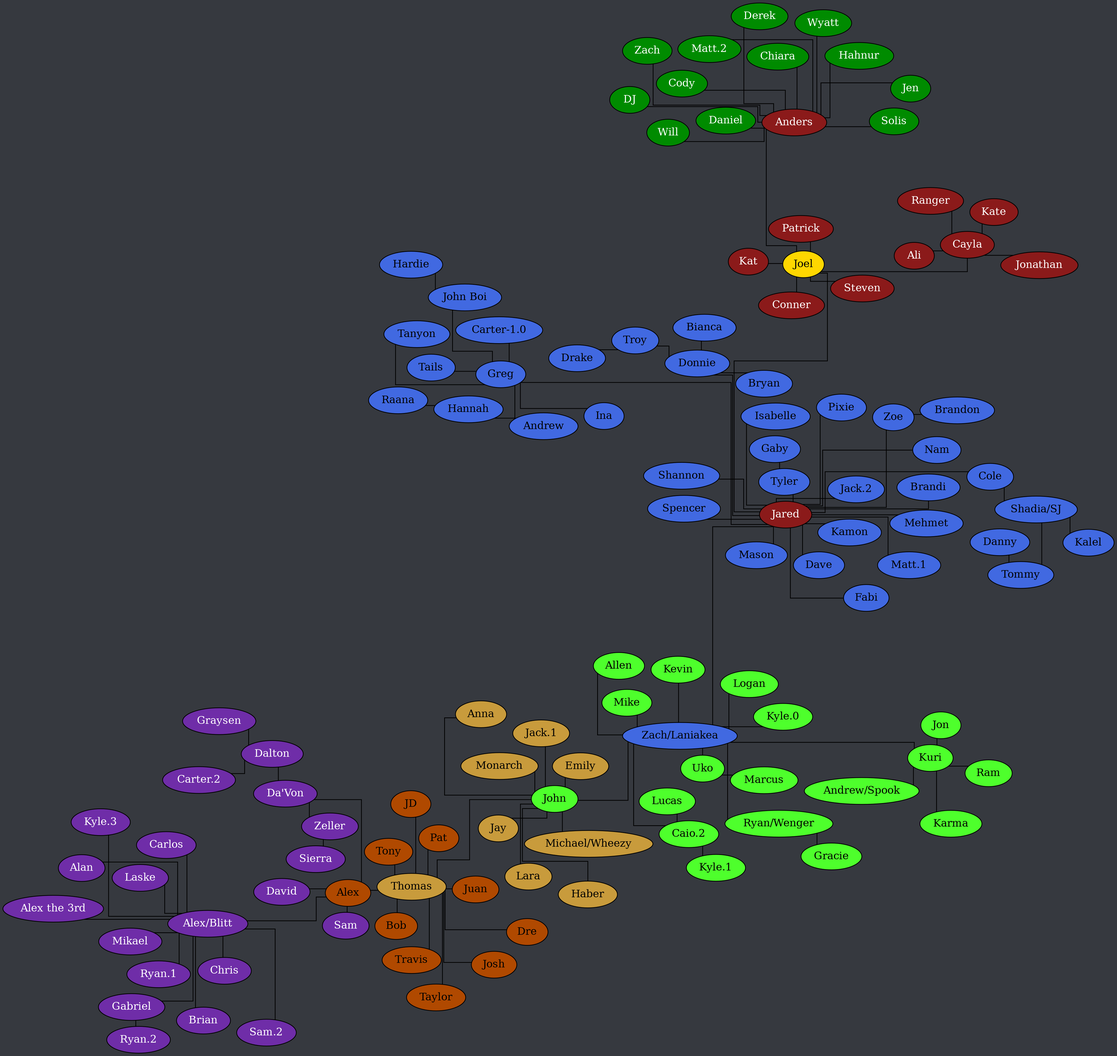
Above: tree.png in Documidas/CoronaCatzFamilyTree (Graphviz), before the change. Its source is kept beside it as tree.dot.
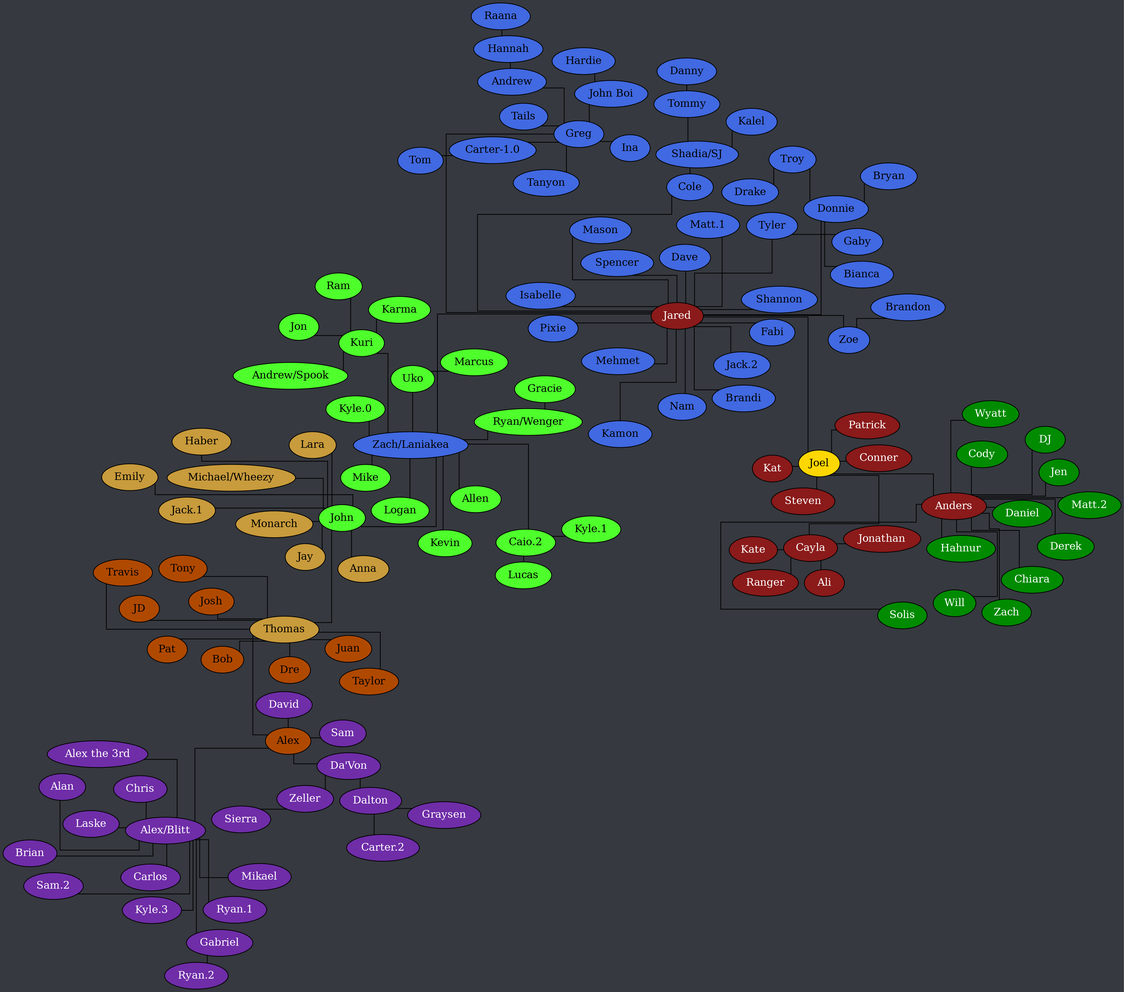
After the commit.

Diff of the diagram source:
```diff
@@ -49,6 +49,7 @@
 		node [ style=filled fillcolor="royalblue" fontcolor="black" ];
 
 		Andrew -- Hannah;
+		"Carter-1.0" -- Tom;
 		Cole -- "Shadia/SJ";
 		Donnie -- Bianca;
 		Donnie -- Bryan;
```
